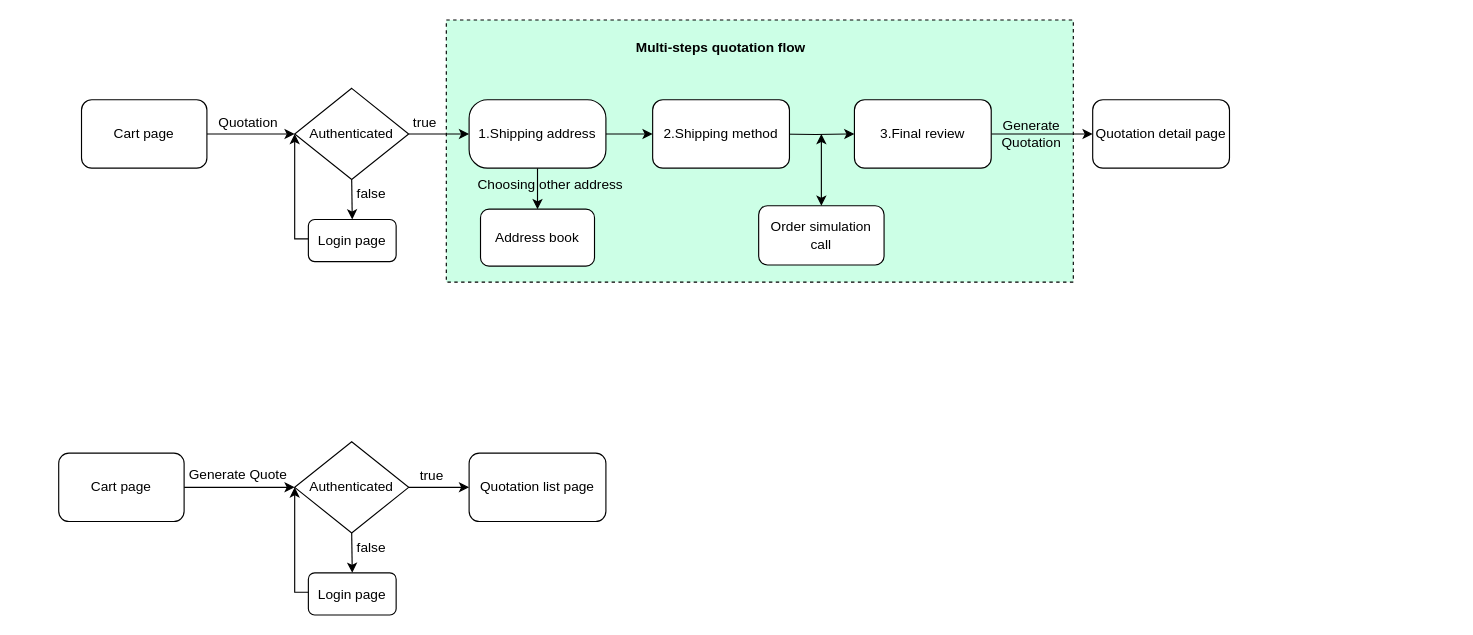
The draw.io diagram page "Page-2" (2 of 4) of diagrams/DrawTemp.drawio in pinestran/transferfiles, before the edit. Source tidied: cells renumbered, new cells numbered last; positions are measured from the earlier drawing's top-left corner, leaving out a move shared by most shapes. Both pictures are drawn from the tidied source at 114%, with x=0, y=0 at pixel (58, 19).
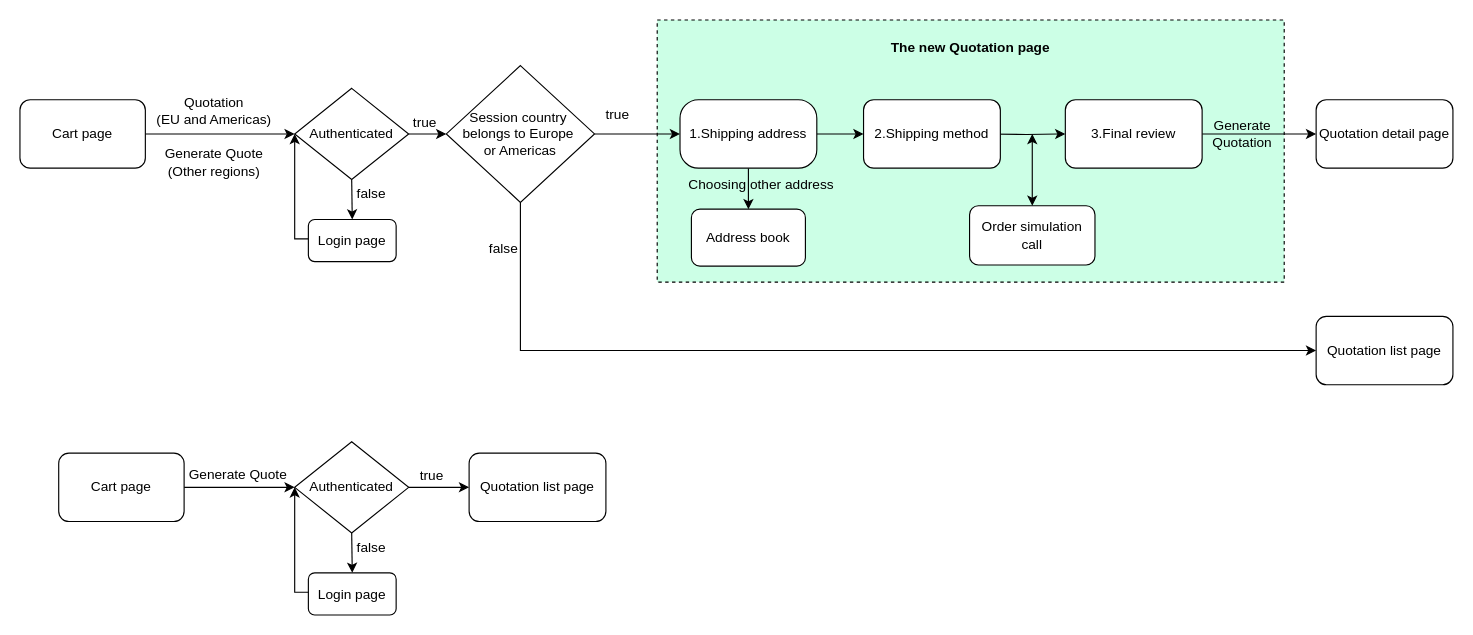
After the change.

The change refers to these unchanged cells:
```xml
<mxCell id="16" value="Authenticated" style="rhombus;whiteSpace=wrap;html=1;" parent="1" vertex="1">
  <mxGeometry x="207" y="60" width="100" height="80" as="geometry" />
</mxCell>
```

The edit, as a diff of the source:
```diff
@@
     <mxCell id="2" style="rounded=0;whiteSpace=wrap;html=1;dashed=1;gradientColor=none;fillColor=#CCFFE6;" parent="1" vertex="1">
-      <mxGeometry x="340" width="550" height="230" as="geometry" />
+      <mxGeometry x="525" width="550" height="230" as="geometry" />
     </mxCell>
@@
     <mxCell id="4" value="Cart page" style="rounded=1;whiteSpace=wrap;html=1;" parent="1" vertex="1">
-      <mxGeometry x="20" y="70" width="110" height="60" as="geometry" />
+      <mxGeometry x="-34" y="70" width="110" height="60" as="geometry" />
     </mxCell>
-    <mxCell id="5" style="edgeStyle=orthogonalEdgeStyle;rounded=0;jettySize=auto;html=1;exitX=1;exitY=0.5;exitDx=0;exitDy=0;" parent="1" edge="1" source="16" target="8">
+    <mxCell id="5" style="edgeStyle=orthogonalEdgeStyle;rounded=0;jettySize=auto;html=1;exitX=1;exitY=0.5;exitDx=0;exitDy=0;" parent="1" edge="1" source="41" target="8">
       <mxGeometry relative="1" as="geometry" />
     </mxCell>
@@
     <mxCell id="8" value="1.Shipping address" style="whiteSpace=wrap;html=1;rounded=1;arcSize=27;" parent="1" vertex="1">
-      <mxGeometry x="360" y="70" width="120" height="60" as="geometry" />
+      <mxGeometry x="545" y="70" width="120" height="60" as="geometry" />
     </mxCell>
     <mxCell id="9" style="edgeStyle=orthogonalEdgeStyle;rounded=0;jettySize=auto;html=1;entryX=0;entryY=0.5;entryDx=0;entryDy=0;" parent="1" edge="1" target="12">
       <mxGeometry relative="1" as="geometry">
-        <mxPoint x="629" y="100" as="sourcePoint" />
+        <mxPoint x="814" y="100" as="sourcePoint" />
       </mxGeometry>
     </mxCell>
     <mxCell id="10" value="2.Shipping method" style="whiteSpace=wrap;html=1;rounded=1;" parent="1" vertex="1">
-      <mxGeometry x="521" y="70" width="120" height="60" as="geometry" />
+      <mxGeometry x="706" y="70" width="120" height="60" as="geometry" />
     </mxCell>
@@
     <mxCell id="12" value="3.Final review" style="whiteSpace=wrap;html=1;rounded=1;" parent="1" vertex="1">
-      <mxGeometry x="698" y="70" width="120" height="60" as="geometry" />
+      <mxGeometry x="883" y="70" width="120" height="60" as="geometry" />
     </mxCell>
     <mxCell id="13" value="Quotation detail page" style="whiteSpace=wrap;html=1;rounded=1;" parent="1" vertex="1">
-      <mxGeometry x="907" y="70" width="120" height="60" as="geometry" />
+      <mxGeometry x="1103" y="70" width="120" height="60" as="geometry" />
     </mxCell>
-    <mxCell id="14" value="&lt;b&gt;Multi-steps q&lt;/b&gt;&lt;b&gt;uotation &lt;/b&gt;&lt;b&gt;flow&lt;/b&gt;" style="text;html=1;strokeColor=none;fillColor=none;align=center;verticalAlign=middle;whiteSpace=wrap;rounded=0;" parent="1" vertex="1">
-      <mxGeometry x="501" y="10" width="160" height="30" as="geometry" />
+    <mxCell id="14" value="&lt;b&gt;The new Quotation page&lt;br&gt;&lt;/b&gt;" style="text;html=1;strokeColor=none;fillColor=none;align=center;verticalAlign=middle;whiteSpace=wrap;rounded=0;" parent="1" vertex="1">
+      <mxGeometry x="720" y="10" width="160" height="30" as="geometry" />
     </mxCell>
     <mxCell id="15" value="Address book" style="rounded=1;whiteSpace=wrap;html=1;" parent="1" vertex="1">
-      <mxGeometry x="370" y="166" width="100" height="50" as="geometry" />
+      <mxGeometry x="555" y="166" width="100" height="50" as="geometry" />
     </mxCell>
@@
-    <mxCell id="17" value="Quotation" style="text;html=1;align=center;verticalAlign=middle;strokeColor=none;fillColor=none;" parent="1" vertex="1">
-      <mxGeometry x="126" y="75" width="80" height="30" as="geometry" />
+    <mxCell id="17" value="&lt;div&gt;Quotation&lt;/div&gt;&lt;div&gt;(EU and Americas)&lt;br&gt;&lt;/div&gt;" style="text;html=1;align=center;verticalAlign=middle;strokeColor=none;fillColor=none;" parent="1" vertex="1">
+      <mxGeometry x="76" y="60" width="120" height="40" as="geometry" />
     </mxCell>
@@
     <mxCell id="20" value="Choosing other address" style="text;html=1;align=center;verticalAlign=middle;strokeColor=none;fillColor=none;" parent="1" vertex="1">
-      <mxGeometry x="356" y="130" width="150" height="30" as="geometry" />
+      <mxGeometry x="541" y="130" width="150" height="30" as="geometry" />
     </mxCell>
     <mxCell id="21" value="Order simulation call" style="rounded=1;whiteSpace=wrap;html=1;" parent="1" vertex="1">
-      <mxGeometry x="614" y="163" width="110" height="52" as="geometry" />
+      <mxGeometry x="799" y="163" width="110" height="52" as="geometry" />
     </mxCell>
     <mxCell id="22" style="endArrow=classic;startArrow=classic;html=1;rounded=0;exitX=0.5;exitY=0;exitDx=0;exitDy=0;" parent="1" edge="1" source="21">
       <mxGeometry relative="1" as="geometry">
-        <mxPoint x="669" y="100" as="targetPoint" />
+        <mxPoint x="854" y="100" as="targetPoint" />
       </mxGeometry>
     </mxCell>
@@
     <mxCell id="37" value="&lt;div&gt;Generate&lt;/div&gt;&lt;div&gt;Quotation&lt;br&gt;&lt;/div&gt;" style="text;html=1;align=center;verticalAlign=middle;strokeColor=none;fillColor=none;" parent="1" vertex="1">
-      <mxGeometry x="813" y="80" width="80" height="40" as="geometry" />
+      <mxGeometry x="998" y="80" width="80" height="40" as="geometry" />
     </mxCell>
+    <mxCell id="38" value="Quotation list page" style="whiteSpace=wrap;html=1;rounded=1;" parent="1" vertex="1">
+      <mxGeometry x="1103" y="260" width="120" height="60" as="geometry" />
+    </mxCell>
+    <mxCell id="39" style="edgeStyle=orthogonalEdgeStyle;rounded=0;jettySize=auto;html=1;exitX=1;exitY=0.5;exitDx=0;exitDy=0;" parent="1" edge="1" source="16" target="41">
+      <mxGeometry relative="1" as="geometry" />
+    </mxCell>
+    <mxCell id="40" style="edgeStyle=orthogonalEdgeStyle;rounded=0;jettySize=auto;html=1;entryX=0;entryY=0.5;entryDx=0;entryDy=0;" parent="1" edge="1" source="41" target="38">
+      <mxGeometry relative="1" as="geometry">
+        <Array as="points">
+          <mxPoint x="405" y="290" />
+        </Array>
+      </mxGeometry>
+    </mxCell>
+    <mxCell id="41" value="&lt;div&gt;Session country&amp;nbsp;&lt;/div&gt;&lt;div&gt;belongs to Europe&amp;nbsp;&lt;/div&gt;&lt;div&gt;or Americas&lt;/div&gt;" style="rhombus;whiteSpace=wrap;html=1;" parent="1" vertex="1">
+      <mxGeometry x="340" y="40" width="130" height="120" as="geometry" />
+    </mxCell>
+    <mxCell id="42" value="true" style="text;html=1;align=center;verticalAlign=middle;strokeColor=none;fillColor=none;" parent="1" vertex="1">
+      <mxGeometry x="470" y="68" width="40" height="30" as="geometry" />
+    </mxCell>
+    <mxCell id="43" value="false" style="text;html=1;align=center;verticalAlign=middle;strokeColor=none;fillColor=none;" parent="1" vertex="1">
+      <mxGeometry x="365" y="186" width="50" height="30" as="geometry" />
+    </mxCell>
+    <mxCell id="44" value="&lt;div&gt;Generate Quote&lt;/div&gt;&lt;div&gt;(Other regions)&lt;br&gt;&lt;/div&gt;" style="text;html=1;align=center;verticalAlign=middle;strokeColor=none;fillColor=none;" parent="1" vertex="1">
+      <mxGeometry x="81" y="105" width="110" height="40" as="geometry" />
+    </mxCell>
```
